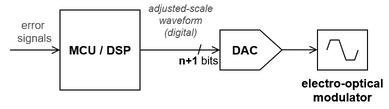
slawomir-niespodziany/sdk_modulator keeps this draw.io diagram as img/all_digital.png. Above is the earlier version. Source tidied: cells renumbered, new cells last; positions are measured from the earlier drawing's top-left corner, leaving out a move shared by most shapes.
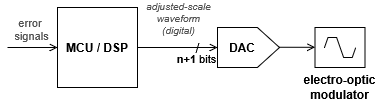
The same file after the commit.

Diff of the diagram source:
```diff
@@ -47,7 +47,7 @@
     <mxCell id="12" value="MCU / DSP" style="rounded=0;whiteSpace=wrap;html=1;fontStyle=1;" parent="1" vertex="1">
       <mxGeometry x="50" width="80" height="80" as="geometry" />
     </mxCell>
-    <mxCell id="13" value="&lt;div&gt;electro-optical&lt;/div&gt;&lt;div&gt;modulator&lt;/div&gt;" style="text;html=1;whiteSpace=wrap;strokeColor=none;fillColor=none;align=center;verticalAlign=middle;rounded=0;fontStyle=1;" parent="1" vertex="1">
+    <mxCell id="13" value="&lt;div&gt;electro-optic&lt;/div&gt;&lt;div&gt;modulator&lt;/div&gt;" style="text;html=1;whiteSpace=wrap;strokeColor=none;fillColor=none;align=center;verticalAlign=middle;rounded=0;fontStyle=1;" parent="1" vertex="1">
       <mxGeometry x="290" y="65" width="85" height="30" as="geometry" />
     </mxCell>
     <mxCell id="14" value="DAC" style="text;html=1;whiteSpace=wrap;strokeColor=none;fillColor=none;align=center;verticalAlign=middle;rounded=0;fontStyle=1;" parent="1" vertex="1">
```
